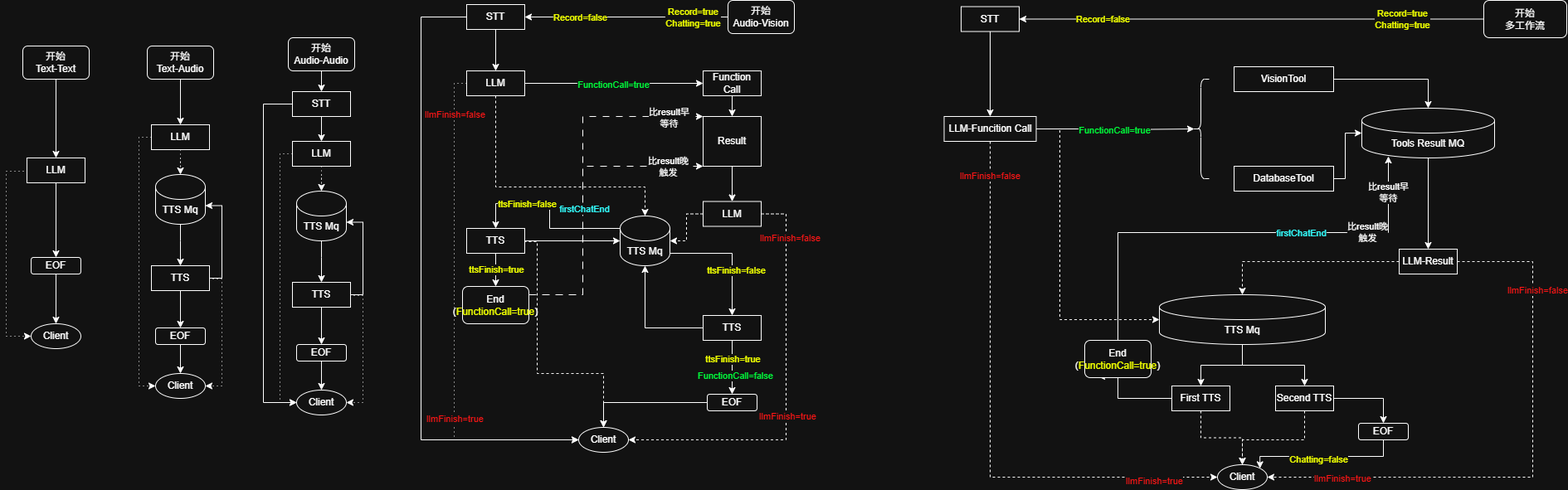
Earlier version of the draw.io export docs/springboot/service/realTimeChat.drawio.png (nangong918/magic-vector). Source tidied: cells renumbered, new cells last; positions are measured from the earlier drawing's top-left corner, leaving out a move shared by most shapes.
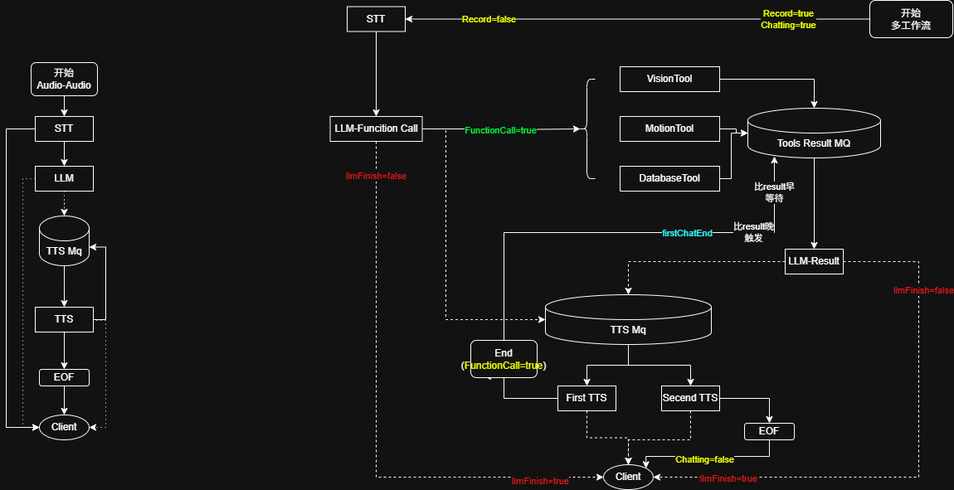
Later version of the same file.

Commit message:
docs(realTimeChat): 更新实时聊天流程图

- 调整了图形元素的布局位置
- 删除了部分冗余的连接线和标签
- 优化了STT、LLM、TTS等模块的展示结构- 精简了客户端交互流程的表示
- 统一了图表元素的样式和尺寸

Diff of the diagram source:
```diff
@@ -4,72 +4,2 @@
     <mxCell id="1" parent="0" />
-    <mxCell id="2" style="edgeStyle=orthogonalEdgeStyle;rounded=0;jettySize=auto;html=1;entryX=0.5;entryY=0;entryDx=0;entryDy=0;" parent="1" edge="1" source="3" target="8">
-      <mxGeometry relative="1" as="geometry" />
-    </mxCell>
-    <mxCell id="3" value="开始&lt;div&gt;Text-Text&lt;/div&gt;" style="rounded=1;whiteSpace=wrap;html=1;" parent="1" vertex="1">
-      <mxGeometry x="20" y="55" width="80" height="40" as="geometry" />
-    </mxCell>
-    <mxCell id="4" style="edgeStyle=orthogonalEdgeStyle;rounded=0;jettySize=auto;html=1;" parent="1" edge="1" source="5" target="32">
-      <mxGeometry relative="1" as="geometry" />
-    </mxCell>
-    <mxCell id="5" value="EOF" style="rounded=1;whiteSpace=wrap;html=1;" parent="1" vertex="1">
-      <mxGeometry x="30" y="310" width="60" height="20" as="geometry" />
-    </mxCell>
-    <mxCell id="6" style="edgeStyle=orthogonalEdgeStyle;rounded=0;jettySize=auto;html=1;entryX=0.5;entryY=0;entryDx=0;entryDy=0;" parent="1" edge="1" source="8" target="5">
-      <mxGeometry relative="1" as="geometry" />
-    </mxCell>
-    <mxCell id="7" style="edgeStyle=orthogonalEdgeStyle;rounded=0;jettySize=auto;html=1;entryX=0;entryY=0.5;entryDx=0;entryDy=0;dashed=1;dashPattern=1 4;" parent="1" edge="1" target="32">
-      <mxGeometry relative="1" as="geometry">
-        <mxPoint x="25" y="205" as="sourcePoint" />
-        <Array as="points">
-          <mxPoint x="25" y="206" />
-          <mxPoint y="206" />
-          <mxPoint y="405" />
-        </Array>
-      </mxGeometry>
-    </mxCell>
-    <mxCell id="8" value="LLM" style="rounded=0;whiteSpace=wrap;html=1;" parent="1" vertex="1">
-      <mxGeometry x="25" y="190" width="70" height="30" as="geometry" />
-    </mxCell>
-    <mxCell id="9" style="edgeStyle=orthogonalEdgeStyle;rounded=0;jettySize=auto;html=1;" parent="1" edge="1" source="10" target="13">
-      <mxGeometry relative="1" as="geometry" />
-    </mxCell>
-    <mxCell id="10" value="开始&lt;div&gt;Text-Audio&lt;/div&gt;" style="rounded=1;whiteSpace=wrap;html=1;" parent="1" vertex="1">
-      <mxGeometry x="170" y="55" width="80" height="40" as="geometry" />
-    </mxCell>
-    <mxCell id="11" style="edgeStyle=orthogonalEdgeStyle;rounded=0;jettySize=auto;html=1;dashed=1;dashPattern=1 4;" parent="1" edge="1" source="13" target="31">
-      <mxGeometry relative="1" as="geometry" />
-    </mxCell>
-    <mxCell id="12" style="edgeStyle=orthogonalEdgeStyle;rounded=0;jettySize=auto;html=1;entryX=0;entryY=0.5;entryDx=0;entryDy=0;dashed=1;dashPattern=1 4;" parent="1" edge="1" source="13" target="34">
-      <mxGeometry relative="1" as="geometry">
-        <Array as="points">
-          <mxPoint x="160" y="165" />
-          <mxPoint x="160" y="465" />
-        </Array>
-      </mxGeometry>
-    </mxCell>
-    <mxCell id="13" value="LLM" style="rounded=0;whiteSpace=wrap;html=1;" parent="1" vertex="1">
-      <mxGeometry x="175" y="150" width="70" height="30" as="geometry" />
-    </mxCell>
-    <mxCell id="14" style="edgeStyle=orthogonalEdgeStyle;rounded=0;jettySize=auto;html=1;" parent="1" edge="1" source="16" target="18">
-      <mxGeometry relative="1" as="geometry" />
-    </mxCell>
-    <mxCell id="15" style="edgeStyle=orthogonalEdgeStyle;rounded=0;jettySize=auto;html=1;entryX=1;entryY=0.5;entryDx=0;entryDy=0;dashed=1;dashPattern=1 4;" parent="1" edge="1" target="34">
-      <mxGeometry relative="1" as="geometry">
-        <mxPoint x="245" y="335" as="sourcePoint" />
-        <Array as="points">
-          <mxPoint x="245" y="336" />
-          <mxPoint x="260" y="336" />
-          <mxPoint x="260" y="465" />
-        </Array>
-      </mxGeometry>
-    </mxCell>
-    <mxCell id="16" value="TTS" style="rounded=0;whiteSpace=wrap;html=1;" parent="1" vertex="1">
-      <mxGeometry x="175" y="320" width="70" height="30" as="geometry" />
-    </mxCell>
-    <mxCell id="17" style="edgeStyle=orthogonalEdgeStyle;rounded=0;jettySize=auto;html=1;" parent="1" edge="1" source="18" target="34">
-      <mxGeometry relative="1" as="geometry" />
-    </mxCell>
-    <mxCell id="18" value="EOF" style="rounded=1;whiteSpace=wrap;html=1;" parent="1" vertex="1">
-      <mxGeometry x="180" y="395" width="60" height="20" as="geometry" />
-    </mxCell>
     <mxCell id="19" style="edgeStyle=orthogonalEdgeStyle;rounded=0;jettySize=auto;html=1;" parent="1" edge="1" source="20" target="23">
@@ -78,3 +8,3 @@
     <mxCell id="20" value="开始&lt;div&gt;Audio-Audio&lt;/div&gt;" style="rounded=1;whiteSpace=wrap;html=1;" parent="1" vertex="1">
-      <mxGeometry x="340" y="45" width="80" height="40" as="geometry" />
+      <mxGeometry x="770" y="75" width="80" height="40" as="geometry" />
     </mxCell>
@@ -86,4 +16,4 @@
         <Array as="points">
-          <mxPoint x="310" y="125" />
-          <mxPoint x="310" y="485" />
+          <mxPoint x="740" y="155" />
+          <mxPoint x="740" y="515" />
         </Array>
@@ -92,51 +22,4 @@
     <mxCell id="23" value="STT" style="rounded=0;whiteSpace=wrap;html=1;" parent="1" vertex="1">
-      <mxGeometry x="345" y="110" width="70" height="30" as="geometry" />
+      <mxGeometry x="775" y="140" width="70" height="30" as="geometry" />
     </mxCell>
-    <mxCell id="24" style="edgeStyle=orthogonalEdgeStyle;rounded=0;jettySize=auto;html=1;" parent="1" edge="1" source="27" target="88">
-      <mxGeometry relative="1" as="geometry" />
-    </mxCell>
-    <mxCell id="25" value="Record=true&lt;br&gt;Chatting=true" style="edgeLabel;html=1;align=center;verticalAlign=middle;fontColor=#EEFF00;" parent="24" vertex="1">
-      <mxGeometry x="-0.65" y="2" relative="1" as="geometry">
-        <mxPoint y="-2" as="offset" />
-      </mxGeometry>
-    </mxCell>
-    <mxCell id="26" value="Record=false" style="edgeLabel;html=1;align=center;verticalAlign=middle;fontColor=#EEFF00;" parent="24" vertex="1">
-      <mxGeometry x="0.78" relative="1" as="geometry">
-        <mxPoint x="40" as="offset" />
-      </mxGeometry>
-    </mxCell>
-    <mxCell id="27" value="开始&lt;div&gt;Audio-Vision&lt;/div&gt;" style="rounded=1;whiteSpace=wrap;html=1;" parent="1" vertex="1">
-      <mxGeometry x="870" width="80" height="40" as="geometry" />
-    </mxCell>
-    <mxCell id="28" style="edgeStyle=orthogonalEdgeStyle;rounded=0;jettySize=auto;html=1;entryX=0.5;entryY=0;entryDx=0;entryDy=0;" parent="1" edge="1" source="29" target="72">
-      <mxGeometry relative="1" as="geometry" />
-    </mxCell>
-    <mxCell id="29" value="Function Call" style="rounded=0;whiteSpace=wrap;html=1;" parent="1" vertex="1">
-      <mxGeometry x="840" y="85" width="70" height="30" as="geometry" />
-    </mxCell>
-    <mxCell id="30" style="edgeStyle=orthogonalEdgeStyle;rounded=0;jettySize=auto;html=1;entryX=0.5;entryY=0;entryDx=0;entryDy=0;" parent="1" edge="1" source="31" target="16">
-      <mxGeometry relative="1" as="geometry">
-        <Array as="points">
-          <mxPoint x="210" y="290" />
-          <mxPoint x="210" y="290" />
-        </Array>
-      </mxGeometry>
-    </mxCell>
-    <mxCell id="31" value="TTS Mq" style="shape=cylinder3;whiteSpace=wrap;html=1;boundedLbl=1;backgroundOutline=1;size=15;" parent="1" vertex="1">
-      <mxGeometry x="180" y="210" width="60" height="60" as="geometry" />
-    </mxCell>
-    <mxCell id="32" value="Client" style="ellipse;whiteSpace=wrap;html=1;" parent="1" vertex="1">
-      <mxGeometry x="30" y="390" width="60" height="30" as="geometry" />
-    </mxCell>
-    <mxCell id="33" style="edgeStyle=orthogonalEdgeStyle;rounded=0;jettySize=auto;html=1;entryX=1;entryY=0;entryDx=0;entryDy=37.5;entryPerimeter=0;" parent="1" edge="1" source="16" target="31">
-      <mxGeometry relative="1" as="geometry">
-        <Array as="points">
-          <mxPoint x="260" y="335" />
-          <mxPoint x="260" y="248" />
-        </Array>
-      </mxGeometry>
-    </mxCell>
-    <mxCell id="34" value="Client" style="ellipse;whiteSpace=wrap;html=1;" parent="1" vertex="1">
-      <mxGeometry x="180" y="450" width="60" height="30" as="geometry" />
-    </mxCell>
     <mxCell id="35" style="edgeStyle=orthogonalEdgeStyle;rounded=0;jettySize=auto;html=1;dashed=1;dashPattern=1 4;" parent="1" edge="1" source="37" target="44">
@@ -147,4 +30,4 @@
         <Array as="points">
-          <mxPoint x="330" y="185" />
-          <mxPoint x="330" y="485" />
+          <mxPoint x="760" y="215" />
+          <mxPoint x="760" y="515" />
         </Array>
@@ -153,3 +36,3 @@
     <mxCell id="37" value="LLM" style="rounded=0;whiteSpace=wrap;html=1;" parent="1" vertex="1">
-      <mxGeometry x="345" y="170" width="70" height="30" as="geometry" />
+      <mxGeometry x="775" y="200" width="70" height="30" as="geometry" />
     </mxCell>
@@ -160,7 +43,7 @@
       <mxGeometry relative="1" as="geometry">
-        <mxPoint x="415" y="355" as="sourcePoint" />
+        <mxPoint x="845" y="385" as="sourcePoint" />
         <Array as="points">
-          <mxPoint x="415" y="356" />
-          <mxPoint x="430" y="356" />
-          <mxPoint x="430" y="485" />
+          <mxPoint x="845" y="386" />
+          <mxPoint x="860" y="386" />
+          <mxPoint x="860" y="515" />
         </Array>
@@ -169,3 +52,3 @@
     <mxCell id="40" value="TTS" style="rounded=0;whiteSpace=wrap;html=1;" parent="1" vertex="1">
-      <mxGeometry x="345" y="340" width="70" height="30" as="geometry" />
+      <mxGeometry x="775" y="370" width="70" height="30" as="geometry" />
     </mxCell>
@@ -175,3 +58,3 @@
     <mxCell id="42" value="EOF" style="rounded=1;whiteSpace=wrap;html=1;" parent="1" vertex="1">
-      <mxGeometry x="350" y="415" width="60" height="20" as="geometry" />
+      <mxGeometry x="780" y="445" width="60" height="20" as="geometry" />
     </mxCell>
@@ -180,4 +63,4 @@
         <Array as="points">
-          <mxPoint x="380" y="310" />
-          <mxPoint x="380" y="310" />
+          <mxPoint x="810" y="340" />
+          <mxPoint x="810" y="340" />
         </Array>
@@ -186,3 +69,3 @@
     <mxCell id="44" value="TTS Mq" style="shape=cylinder3;whiteSpace=wrap;html=1;boundedLbl=1;backgroundOutline=1;size=15;" parent="1" vertex="1">
-      <mxGeometry x="350" y="230" width="60" height="60" as="geometry" />
+      <mxGeometry x="780" y="260" width="60" height="60" as="geometry" />
     </mxCell>
@@ -191,4 +74,4 @@
         <Array as="points">
-          <mxPoint x="430" y="355" />
-          <mxPoint x="430" y="268" />
+          <mxPoint x="860" y="385" />
+          <mxPoint x="860" y="298" />
         </Array>
@@ -197,181 +80,4 @@
     <mxCell id="46" value="Client" style="ellipse;whiteSpace=wrap;html=1;" parent="1" vertex="1">
-      <mxGeometry x="350" y="470" width="60" height="30" as="geometry" />
+      <mxGeometry x="780" y="500" width="60" height="30" as="geometry" />
     </mxCell>
-    <mxCell id="47" style="edgeStyle=orthogonalEdgeStyle;rounded=0;jettySize=auto;html=1;entryX=0;entryY=0.5;entryDx=0;entryDy=0;dashed=1;dashPattern=1 4;" parent="1" edge="1" source="53" target="70">
-      <mxGeometry relative="1" as="geometry">
-        <Array as="points">
-          <mxPoint x="540" y="100" />
-          <mxPoint x="540" y="530" />
-        </Array>
-      </mxGeometry>
-    </mxCell>
-    <mxCell id="48" value="&lt;font style=&quot;color: rgb(255, 21, 21);&quot;&gt;llmFinish=false&lt;/font&gt;" style="edgeLabel;html=1;align=center;verticalAlign=middle;" parent="47" vertex="1">
-      <mxGeometry x="-0.83" relative="1" as="geometry" />
-    </mxCell>
-    <mxCell id="49" value="&lt;font style=&quot;color: rgb(255, 21, 21);&quot;&gt;llmFinish=true&lt;/font&gt;" style="edgeLabel;html=1;align=center;verticalAlign=middle;" parent="47" vertex="1">
-      <mxGeometry x="0.41" relative="1" as="geometry" />
-    </mxCell>
-    <mxCell id="50" style="edgeStyle=orthogonalEdgeStyle;rounded=0;jettySize=auto;html=1;" parent="1" edge="1" source="53" target="29">
-      <mxGeometry relative="1" as="geometry" />
-    </mxCell>
-    <mxCell id="51" value="Text" style="edgeLabel;html=1;align=center;verticalAlign=middle;" parent="50" vertex="1">
-      <mxGeometry x="-0.21" y="-2" relative="1" as="geometry">
-        <mxPoint x="20" y="-2" as="offset" />
-      </mxGeometry>
-    </mxCell>
-    <mxCell id="52" value="&lt;font style=&quot;color: rgb(0, 255, 59);&quot;&gt;FunctionCall=true&lt;/font&gt;" style="edgeLabel;html=1;align=center;verticalAlign=middle;fontColor=#EEFF00;" parent="50" vertex="1">
-      <mxGeometry x="-0.01" y="-1" relative="1" as="geometry" />
-    </mxCell>
-    <mxCell id="53" value="LLM" style="rounded=0;whiteSpace=wrap;html=1;" parent="1" vertex="1">
-      <mxGeometry x="555" y="85" width="70" height="30" as="geometry" />
-    </mxCell>
-    <mxCell id="54" style="edgeStyle=orthogonalEdgeStyle;rounded=0;jettySize=auto;html=1;" parent="1" edge="1" source="58" target="64">
-      <mxGeometry relative="1" as="geometry" />
-    </mxCell>
-    <mxCell id="55" value="&lt;font style=&quot;color: rgb(238, 255, 0);&quot;&gt;ttsFinish=true&lt;/font&gt;" style="edgeLabel;html=1;align=center;verticalAlign=middle;" parent="54" vertex="1">
-      <mxGeometry x="-0.07" relative="1" as="geometry" />
-    </mxCell>
-    <mxCell id="56" style="edgeStyle=orthogonalEdgeStyle;rounded=0;jettySize=auto;html=1;entryX=0.5;entryY=0;entryDx=0;entryDy=0;dashed=1;" parent="1" edge="1" target="70">
-      <mxGeometry relative="1" as="geometry">
-        <mxPoint x="625" y="290" as="sourcePoint" />
-        <Array as="points">
-          <mxPoint x="625" y="291" />
-          <mxPoint x="640" y="291" />
-          <mxPoint x="640" y="450" />
-          <mxPoint x="720" y="450" />
-        </Array>
-      </mxGeometry>
-    </mxCell>
-    <mxCell id="57" style="edgeStyle=orthogonalEdgeStyle;rounded=0;jettySize=auto;html=1;" parent="1" edge="1" source="58" target="69">
-      <mxGeometry relative="1" as="geometry" />
-    </mxCell>
-    <mxCell id="58" value="TTS" style="rounded=0;whiteSpace=wrap;html=1;" parent="1" vertex="1">
-      <mxGeometry x="555" y="275" width="70" height="30" as="geometry" />
-    </mxCell>
-    <mxCell id="59" style="edgeStyle=orthogonalEdgeStyle;rounded=0;jettySize=auto;html=1;entryX=0;entryY=0;entryDx=0;entryDy=0;dashed=1;dashPattern=8 8;" parent="1" edge="1" source="64" target="72">
-      <mxGeometry relative="1" as="geometry">
-        <Array as="points">
-          <mxPoint x="695" y="355" />
-          <mxPoint x="695" y="140" />
-        </Array>
-      </mxGeometry>
-    </mxCell>
-    <mxCell id="60" value="比result早&lt;br&gt;等待" style="edgeLabel;html=1;align=center;verticalAlign=middle;" parent="59" vertex="1">
-      <mxGeometry x="0.8" y="-1" relative="1" as="geometry" />
-    </mxCell>
-    <mxCell id="61" style="edgeStyle=orthogonalEdgeStyle;rounded=0;jettySize=auto;html=1;entryX=0;entryY=1;entryDx=0;entryDy=0;dashed=1;dashPattern=8 8;" parent="1" edge="1" target="72">
-      <mxGeometry relative="1" as="geometry">
-        <mxPoint x="615" y="355" as="sourcePoint" />
-        <Array as="points">
-          <mxPoint x="695" y="355" />
-          <mxPoint x="695" y="200" />
-        </Array>
-      </mxGeometry>
-    </mxCell>
-    <mxCell id="62" value="&lt;font style=&quot;color: rgb(51, 255, 255);&quot;&gt;firstChatEnd&lt;/font&gt;" style="edgeLabel;html=1;align=center;verticalAlign=middle;" parent="61" vertex="1">
-      <mxGeometry x="-0.03" y="-1" relative="1" as="geometry" />
-    </mxCell>
-    <mxCell id="63" value="比result晚&lt;div&gt;触发&lt;/div&gt;" style="edgeLabel;html=1;align=center;verticalAlign=middle;" parent="61" vertex="1">
-      <mxGeometry x="0.77" relative="1" as="geometry" />
-    </mxCell>
-    <mxCell id="64" value="End&lt;br&gt;(&lt;font style=&quot;color: rgb(238, 255, 0);&quot;&gt;FunctionCall=true&lt;/font&gt;&lt;span style=&quot;background-color: transparent; color: light-dark(rgb(0, 0, 0), rgb(255, 255, 255));&quot;&gt;)&lt;/span&gt;" style="rounded=1;whiteSpace=wrap;html=1;" parent="1" vertex="1">
-      <mxGeometry x="550" y="345" width="80" height="45" as="geometry" />
-    </mxCell>
-    <mxCell id="65" style="edgeStyle=orthogonalEdgeStyle;rounded=0;jettySize=auto;html=1;" parent="1" edge="1" source="69" target="58">
-      <mxGeometry relative="1" as="geometry">
-        <Array as="points">
-          <mxPoint x="655" y="275" />
-          <mxPoint x="655" y="245" />
-          <mxPoint x="590" y="245" />
-        </Array>
-      </mxGeometry>
-    </mxCell>
-    <mxCell id="66" value="&lt;font style=&quot;color: rgb(238, 255, 0);&quot;&gt;ttsFinish=false&lt;/font&gt;" style="edgeLabel;html=1;align=center;verticalAlign=middle;" parent="65" vertex="1">
-      <mxGeometry x="0.36" relative="1" as="geometry" />
-    </mxCell>
-    <mxCell id="67" style="edgeStyle=orthogonalEdgeStyle;rounded=0;jettySize=auto;html=1;entryX=0.5;entryY=0;entryDx=0;entryDy=0;" parent="1" edge="1" source="69" target="76">
-      <mxGeometry relative="1" as="geometry">
-        <Array as="points">
-          <mxPoint x="875" y="305" />
-        </Array>
-      </mxGeometry>
-    </mxCell>
-    <mxCell id="68" value="&lt;span style=&quot;color: rgb(238, 255, 0);&quot;&gt;ttsFinish=false&lt;/span&gt;" style="edgeLabel;html=1;align=center;verticalAlign=middle;" parent="67" vertex="1">
-      <mxGeometry x="0.26" y="4" relative="1" as="geometry" />
-    </mxCell>
-    <mxCell id="69" value="TTS Mq" style="shape=cylinder3;whiteSpace=wrap;html=1;boundedLbl=1;backgroundOutline=1;size=15;" parent="1" vertex="1">
-      <mxGeometry x="740" y="260" width="60" height="60" as="geometry" />
-    </mxCell>
-    <mxCell id="70" value="Client" style="ellipse;whiteSpace=wrap;html=1;" parent="1" vertex="1">
-      <mxGeometry x="690" y="515" width="60" height="30" as="geometry" />
-    </mxCell>
-    <mxCell id="71" style="edgeStyle=orthogonalEdgeStyle;rounded=0;jettySize=auto;html=1;" parent="1" edge="1" source="72" target="82">
-      <mxGeometry relative="1" as="geometry" />
-    </mxCell>
-    <mxCell id="72" value="Result" style="rounded=0;whiteSpace=wrap;html=1;" parent="1" vertex="1">
-      <mxGeometry x="840" y="140" width="70" height="60" as="geometry" />
-    </mxCell>
-    <mxCell id="73" style="edgeStyle=orthogonalEdgeStyle;rounded=0;jettySize=auto;html=1;" parent="1" edge="1" source="76" target="78">
-      <mxGeometry relative="1" as="geometry" />
-    </mxCell>
-    <mxCell id="74" value="&lt;span style=&quot;color: rgb(238, 255, 0);&quot;&gt;ttsFinish=true&lt;/span&gt;" style="edgeLabel;html=1;align=center;verticalAlign=middle;" parent="73" vertex="1">
-      <mxGeometry x="-0.32" relative="1" as="geometry" />
-    </mxCell>
-    <mxCell id="75" value="&lt;font style=&quot;color: rgb(0, 255, 59);&quot;&gt;FunctionCall=false&lt;/font&gt;" style="edgeLabel;html=1;align=center;verticalAlign=middle;" parent="73" vertex="1">
-      <mxGeometry x="0.29" y="3" relative="1" as="geometry" />
-    </mxCell>
-    <mxCell id="76" value="TTS" style="rounded=0;whiteSpace=wrap;html=1;" parent="1" vertex="1">
-      <mxGeometry x="840" y="380" width="70" height="30" as="geometry" />
-    </mxCell>
-    <mxCell id="77" style="edgeStyle=orthogonalEdgeStyle;rounded=0;jettySize=auto;html=1;entryX=0.5;entryY=0;entryDx=0;entryDy=0;" parent="1" edge="1" source="78" target="70">
-      <mxGeometry relative="1" as="geometry" />
-    </mxCell>
-    <mxCell id="78" value="EOF" style="rounded=1;whiteSpace=wrap;html=1;" parent="1" vertex="1">
-      <mxGeometry x="845" y="475" width="60" height="20" as="geometry" />
-    </mxCell>
-    <mxCell id="79" style="edgeStyle=orthogonalEdgeStyle;rounded=0;jettySize=auto;html=1;entryX=1;entryY=0.5;entryDx=0;entryDy=0;dashed=1;" parent="1" edge="1" source="82" target="70">
-      <mxGeometry relative="1" as="geometry">
-        <Array as="points">
-          <mxPoint x="940" y="257" />
-          <mxPoint x="940" y="530" />
-        </Array>
-      </mxGeometry>
-    </mxCell>
-    <mxCell id="80" value="&lt;span style=&quot;color: rgb(255, 21, 21);&quot;&gt;llmFinish=false&lt;/span&gt;" style="edgeLabel;html=1;align=center;verticalAlign=middle;" parent="79" vertex="1">
-      <mxGeometry x="-0.76" y="4" relative="1" as="geometry" />
-    </mxCell>
-    <mxCell id="81" value="&lt;span style=&quot;color: rgb(255, 21, 21);&quot;&gt;llmFinish=true&lt;/span&gt;" style="edgeLabel;html=1;align=center;verticalAlign=middle;" parent="79" vertex="1">
-      <mxGeometry x="0.11" y="1" relative="1" as="geometry" />
-    </mxCell>
-    <mxCell id="82" value="LLM" style="rounded=0;whiteSpace=wrap;html=1;" parent="1" vertex="1">
-      <mxGeometry x="840" y="242.5" width="70" height="30" as="geometry" />
-    </mxCell>
-    <mxCell id="83" style="edgeStyle=orthogonalEdgeStyle;rounded=0;jettySize=auto;html=1;entryX=0.5;entryY=0;entryDx=0;entryDy=0;entryPerimeter=0;dashed=1;" parent="1" edge="1" source="53" target="69">
-      <mxGeometry relative="1" as="geometry">
-        <Array as="points">
-          <mxPoint x="590" y="225" />
-          <mxPoint x="770" y="225" />
-        </Array>
-      </mxGeometry>
-    </mxCell>
-    <mxCell id="84" style="edgeStyle=orthogonalEdgeStyle;rounded=0;jettySize=auto;html=1;entryX=1;entryY=0.5;entryDx=0;entryDy=0;entryPerimeter=0;dashed=1;" parent="1" edge="1" source="82" target="69">
-      <mxGeometry relative="1" as="geometry" />
-    </mxCell>
-    <mxCell id="85" style="edgeStyle=orthogonalEdgeStyle;rounded=0;jettySize=auto;html=1;entryX=0.5;entryY=1;entryDx=0;entryDy=0;entryPerimeter=0;" parent="1" edge="1" source="76" target="69">
-      <mxGeometry relative="1" as="geometry" />
-    </mxCell>
-    <mxCell id="86" style="edgeStyle=orthogonalEdgeStyle;rounded=0;jettySize=auto;html=1;" parent="1" edge="1" source="88" target="53">
-      <mxGeometry relative="1" as="geometry" />
-    </mxCell>
-    <mxCell id="87" style="edgeStyle=orthogonalEdgeStyle;rounded=0;jettySize=auto;html=1;entryX=0;entryY=0.5;entryDx=0;entryDy=0;" parent="1" edge="1" source="88" target="70">
-      <mxGeometry relative="1" as="geometry">
-        <Array as="points">
-          <mxPoint x="500" y="20" />
-          <mxPoint x="500" y="530" />
-        </Array>
-      </mxGeometry>
-    </mxCell>
-    <mxCell id="88" value="STT" style="rounded=0;whiteSpace=wrap;html=1;" parent="1" vertex="1">
-      <mxGeometry x="555" y="5" width="70" height="30" as="geometry" />
-    </mxCell>
     <mxCell id="89" value="开始&lt;br&gt;多工作流" style="rounded=1;whiteSpace=wrap;html=1;" parent="1" vertex="1">
@@ -561,2 +267,8 @@
     </mxCell>
+    <mxCell id="134" style="edgeStyle=orthogonalEdgeStyle;rounded=0;jettySize=auto;html=1;" parent="1" edge="1" source="135" target="107">
+      <mxGeometry relative="1" as="geometry" />
+    </mxCell>
+    <mxCell id="135" value="MotionTool" style="rounded=0;whiteSpace=wrap;html=1;" parent="1" vertex="1">
+      <mxGeometry x="1480" y="140" width="120" height="30" as="geometry" />
+    </mxCell>
   </root>
```
